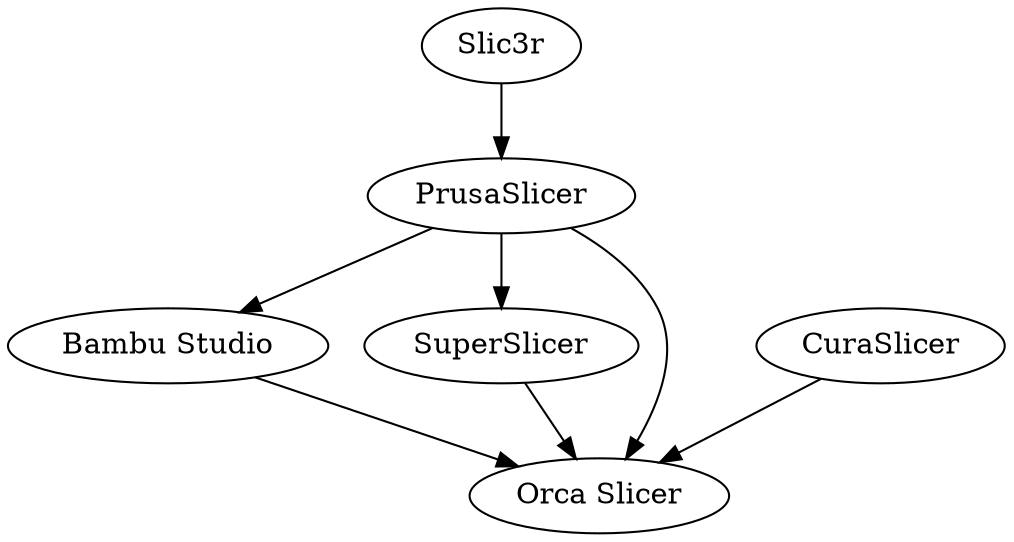
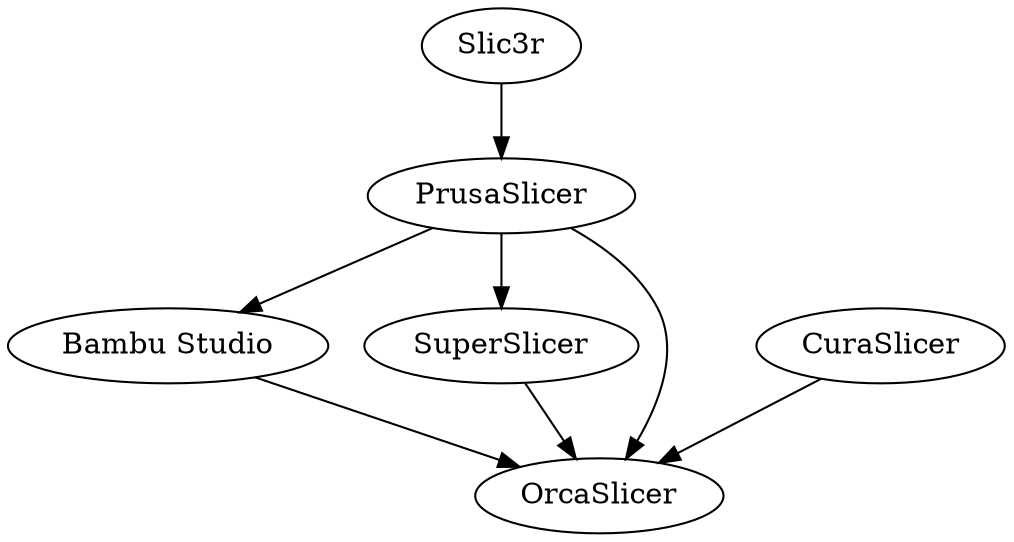
digraph slicers {
  Slic3r -> PrusaSlicer -> "Bambu Studio";
  PrusaSlicer -> SuperSlicer;
-   "Bambu Studio" -> "Orca Slicer";
-   PrusaSlicer -> "Orca Slicer";
-   CuraSlicer -> "Orca Slicer";
-   SuperSlicer -> "Orca Slicer";
+   "Bambu Studio" -> OrcaSlicer;
+   PrusaSlicer -> OrcaSlicer;
+   CuraSlicer -> OrcaSlicer;
+   SuperSlicer -> OrcaSlicer;
}
